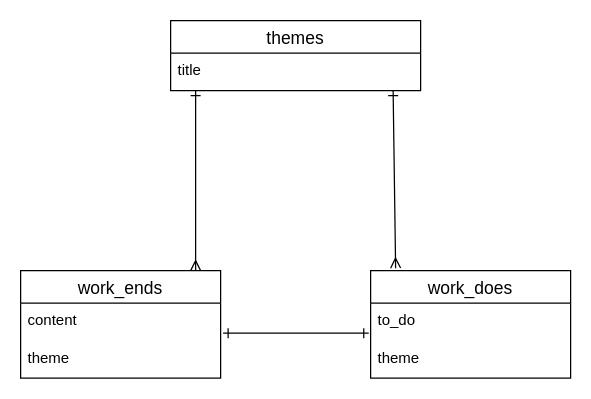
The draw.io diagram lifework.dio in kumosekine/lifework, before the edit. Source tidied: cells renumbered, new cells numbered last; positions are measured from the earlier drawing's top-left corner, leaving out a move shared by most shapes. Both pictures are drawn from the tidied source at 125%, with x=0, y=0 at pixel (20, 20).
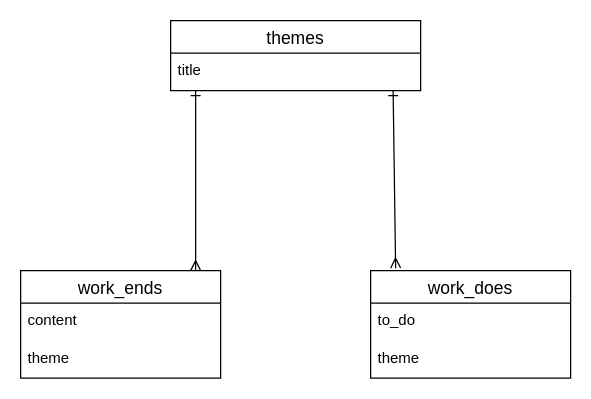
Above is the later version.

Commit message (it also covers changes not shown here):
READEMとER図の修正

What changed in the source:
```diff
@@
 <mxGraphModel>
   <root>
     <mxCell id="0" />
     <mxCell id="1" parent="0" />
     <mxCell id="2" value="themes" style="swimlane;fontStyle=0;horizontal=1;startSize=26;align=center;fontSize=14;" parent="1" vertex="1">
       <mxGeometry x="120" width="200" height="56" as="geometry" />
     </mxCell>
     <mxCell id="3" value="title" style="text;strokeColor=none;fillColor=none;spacingLeft=4;spacingRight=4;overflow=hidden;points=[[0,0.5],[1,0.5]];portConstraint=eastwest;fontSize=12;" parent="2" vertex="1">
       <mxGeometry y="26" width="200" height="30" as="geometry" />
     </mxCell>
     <mxCell id="4" value="work_does" style="swimlane;fontStyle=0;horizontal=1;startSize=26;align=center;fontSize=14;" parent="1" vertex="1">
       <mxGeometry x="280" y="200" width="160" height="86" as="geometry" />
     </mxCell>
     <mxCell id="5" value="to_do" style="text;strokeColor=none;fillColor=none;spacingLeft=4;spacingRight=4;overflow=hidden;fontSize=12;" parent="4" vertex="1">
       <mxGeometry y="26" width="160" height="30" as="geometry" />
     </mxCell>
     <mxCell id="6" value="theme" style="text;strokeColor=none;fillColor=none;spacingLeft=4;spacingRight=4;overflow=hidden;fontSize=12;" parent="4" vertex="1">
       <mxGeometry y="56" width="160" height="30" as="geometry" />
     </mxCell>
     <mxCell id="7" value="work_ends" style="swimlane;fontStyle=0;horizontal=1;startSize=26;align=center;fontSize=14;" parent="1" vertex="1">
       <mxGeometry y="200" width="160" height="86" as="geometry" />
     </mxCell>
     <mxCell id="8" value="content" style="text;strokeColor=none;fillColor=none;spacingLeft=4;spacingRight=4;overflow=hidden;fontSize=12;" parent="7" vertex="1">
       <mxGeometry y="26" width="160" height="30" as="geometry" />
     </mxCell>
     <mxCell id="9" value="theme" style="text;strokeColor=none;fillColor=none;spacingLeft=4;spacingRight=4;overflow=hidden;fontSize=12;" parent="7" vertex="1">
       <mxGeometry y="56" width="160" height="30" as="geometry" />
     </mxCell>
     <mxCell id="10" style="endArrow=ERmany;html=1;rounded=0;exitX=0.89;exitY=1;exitDx=0;exitDy=0;exitPerimeter=0;entryX=0.125;entryY=-0.023;entryDx=0;entryDy=0;entryPerimeter=0;startArrow=ERone;startFill=0;endFill=0;" parent="1" edge="1" source="3" target="4">
       <mxGeometry relative="1" as="geometry" />
     </mxCell>
-    <mxCell id="11" style="endArrow=ERone;html=1;rounded=0;startArrow=ERone;startFill=0;endFill=0;" parent="1" edge="1">
-      <mxGeometry relative="1" as="geometry">
-        <mxPoint x="162" y="250" as="sourcePoint" />
-        <mxPoint x="278.5" y="250" as="targetPoint" />
-      </mxGeometry>
-    </mxCell>
     <mxCell id="12" style="endArrow=ERone;html=1;rounded=0;startArrow=ERmany;startFill=0;endFill=0;" parent="1" edge="1">
       <mxGeometry relative="1" as="geometry">
         <mxPoint x="140" y="200" as="sourcePoint" />
         <mxPoint x="140" y="56" as="targetPoint" />
       </mxGeometry>
     </mxCell>
   </root>
 </mxGraphModel>
```
